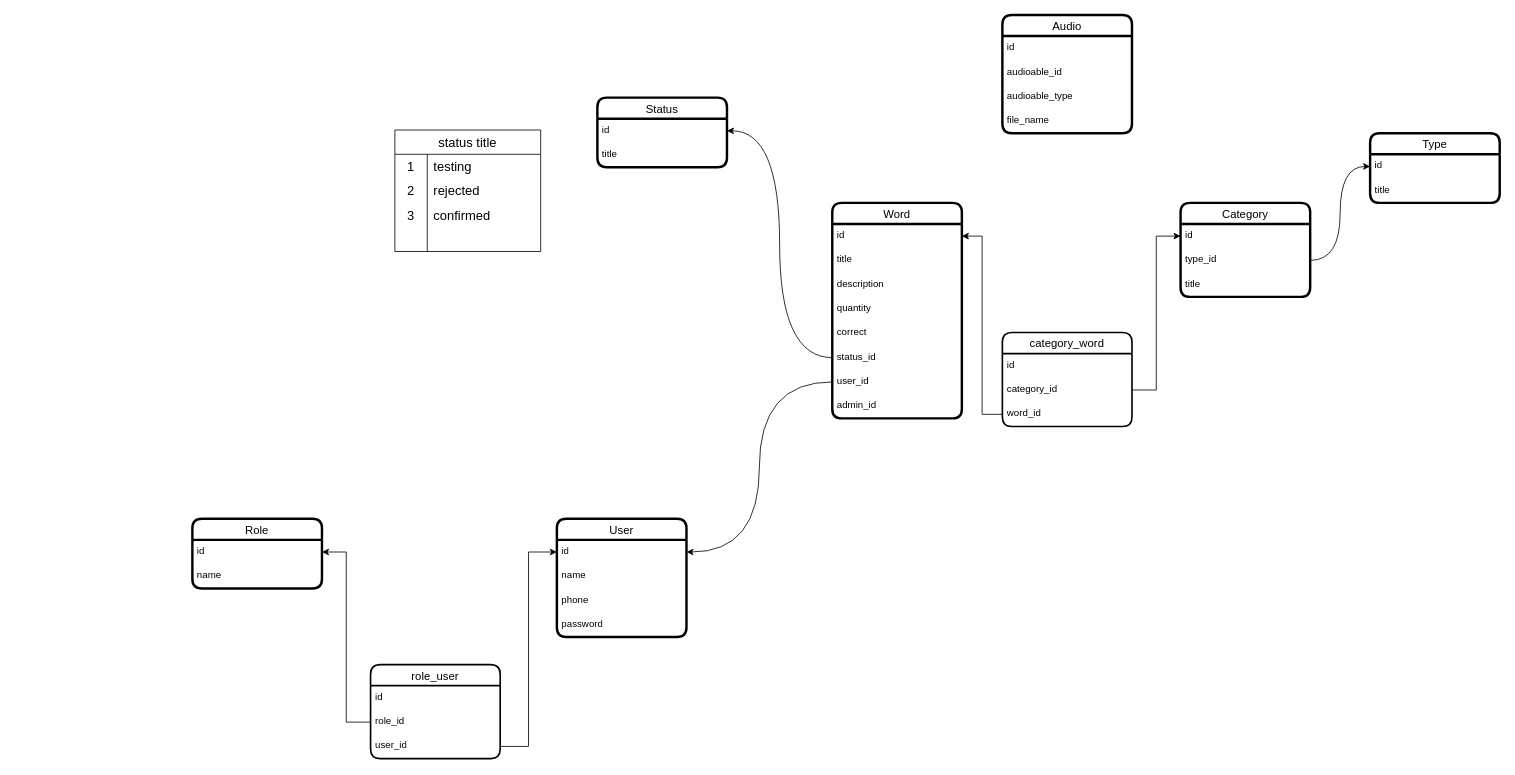
This is ts-backend.drawio from iztileuoff/databases, a draw.io file, before an edit. Source tidied: cells renumbered, new cells numbered last; positions are measured from the earlier drawing's top-left corner, leaving out a move shared by most shapes. Both pictures are drawn from the tidied source at 81%, with x=0, y=0 at pixel (192, 15).
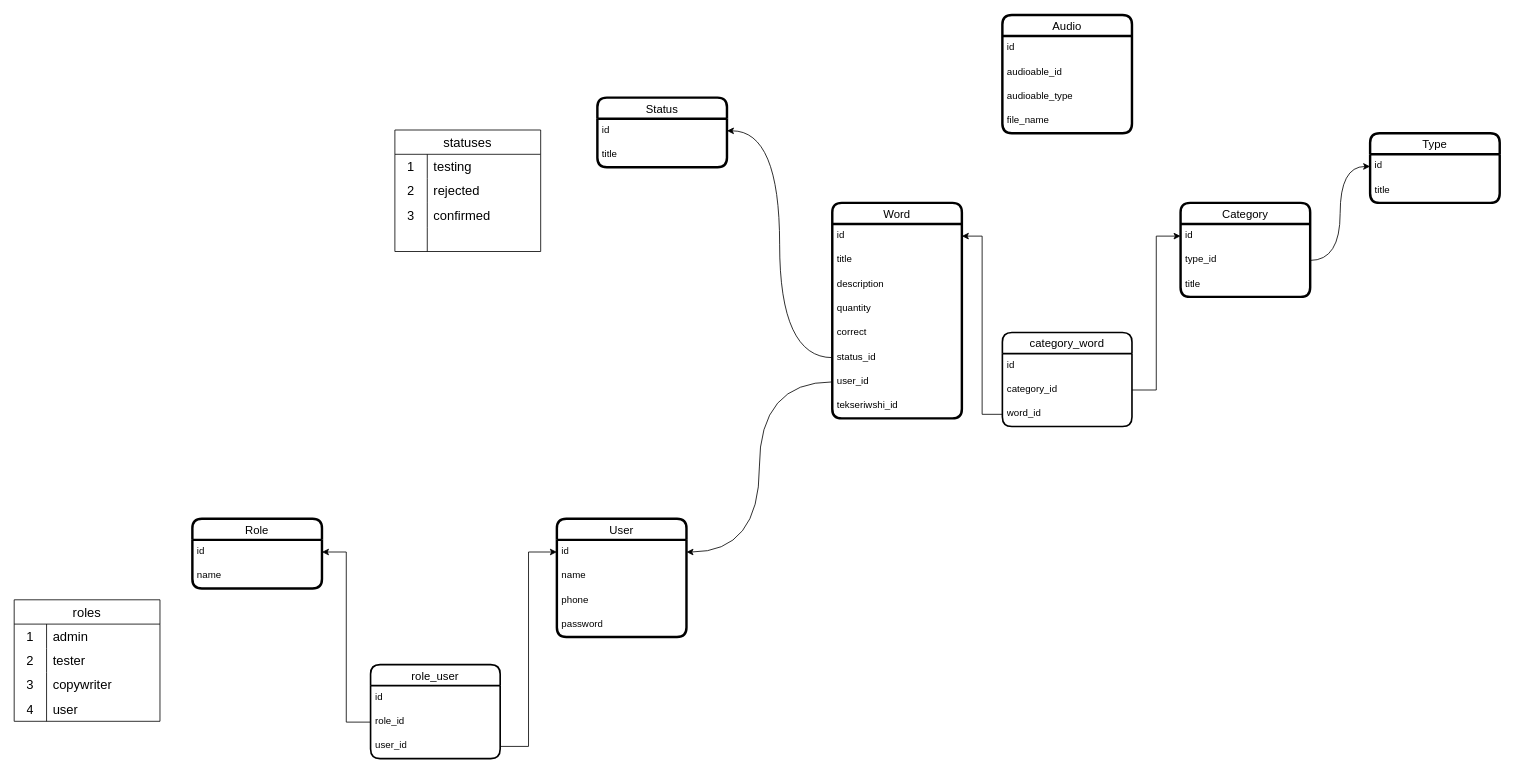
The same page after the edit.

The change refers to these unchanged cells:
```xml
<mxCell id="15" value="Word" style="swimlane;fontStyle=0;horizontal=1;startSize=26;align=center;fontSize=14;rounded=1;strokeWidth=3;" parent="1" vertex="1">
  <mxGeometry x="790" y="232" width="160" height="266" as="geometry" />
</mxCell>
```

Change to the diagram source:
```diff
@@
-    <mxCell id="23" value="admin_id" style="text;strokeColor=none;fillColor=none;spacingLeft=4;spacingRight=4;overflow=hidden;fontSize=12;whiteSpace=wrap;html=1;" parent="15" vertex="1">
+    <mxCell id="23" value="tekseriwshi_id" style="text;strokeColor=none;fillColor=none;spacingLeft=4;spacingRight=4;overflow=hidden;fontSize=12;whiteSpace=wrap;html=1;" parent="15" vertex="1">
       <mxGeometry y="236" width="160" height="30" as="geometry" />
     </mxCell>
@@
-    <mxCell id="39" value="status title" style="shape=table;startSize=30;childLayout=tableLayout;rowLines=0;fontStyle=0;strokeColor=default;fontSize=16;" parent="1" vertex="1">
+    <mxCell id="39" value="statuses" style="shape=table;startSize=30;childLayout=tableLayout;rowLines=0;fontStyle=0;strokeColor=default;fontSize=16;" parent="1" vertex="1">
       <mxGeometry x="250" y="142" width="180" height="150" as="geometry" />
     </mxCell>
@@
+    <mxCell id="62" value="roles" style="shape=table;startSize=30;childLayout=tableLayout;rowLines=0;fontStyle=0;strokeColor=default;fontSize=16;" parent="1" vertex="1">
+      <mxGeometry x="-220" y="722" width="180" height="150" as="geometry" />
+    </mxCell>
+    <mxCell id="63" style="shape=tableRow;horizontal=0;startSize=0;swimlaneHead=0;swimlaneBody=0;top=0;left=0;bottom=0;right=0;fillColor=none;strokeColor=inherit;fontSize=16;" parent="62" vertex="1">
+      <mxGeometry y="30" width="180" height="30" as="geometry" />
+    </mxCell>
+    <mxCell id="64" value="1" style="shape=partialRectangle;html=1;whiteSpace=wrap;fillColor=none;top=0;left=0;bottom=0;right=0;overflow=hidden;strokeColor=inherit;fontSize=16;" parent="63" vertex="1">
+      <mxGeometry width="40" height="30" as="geometry" />
+    </mxCell>
+    <mxCell id="65" value="admin" style="shape=partialRectangle;html=1;whiteSpace=wrap;fillColor=none;top=0;left=0;bottom=0;right=0;align=left;spacingLeft=6;overflow=hidden;strokeColor=inherit;fontSize=16;" parent="63" vertex="1">
+      <mxGeometry x="40" width="140" height="30" as="geometry" />
+    </mxCell>
+    <mxCell id="66" style="shape=tableRow;horizontal=0;startSize=0;swimlaneHead=0;swimlaneBody=0;top=0;left=0;bottom=0;right=0;fillColor=none;strokeColor=inherit;fontSize=16;" parent="62" vertex="1">
+      <mxGeometry y="60" width="180" height="30" as="geometry" />
+    </mxCell>
+    <mxCell id="67" value="2" style="shape=partialRectangle;html=1;whiteSpace=wrap;fillColor=none;top=0;left=0;bottom=0;right=0;overflow=hidden;strokeColor=inherit;fontSize=16;" parent="66" vertex="1">
+      <mxGeometry width="40" height="30" as="geometry" />
+    </mxCell>
+    <mxCell id="68" value="tester" style="shape=partialRectangle;html=1;whiteSpace=wrap;fillColor=none;top=0;left=0;bottom=0;right=0;align=left;spacingLeft=6;overflow=hidden;strokeColor=inherit;fontSize=16;" parent="66" vertex="1">
+      <mxGeometry x="40" width="140" height="30" as="geometry" />
+    </mxCell>
+    <mxCell id="69" style="shape=tableRow;horizontal=0;startSize=0;swimlaneHead=0;swimlaneBody=0;top=0;left=0;bottom=0;right=0;fillColor=none;strokeColor=inherit;fontSize=16;" parent="62" vertex="1">
+      <mxGeometry y="90" width="180" height="30" as="geometry" />
+    </mxCell>
+    <mxCell id="70" value="3" style="shape=partialRectangle;html=1;whiteSpace=wrap;fillColor=none;top=0;left=0;bottom=0;right=0;overflow=hidden;strokeColor=inherit;fontSize=16;" parent="69" vertex="1">
+      <mxGeometry width="40" height="30" as="geometry" />
+    </mxCell>
+    <mxCell id="71" value="copywriter" style="shape=partialRectangle;html=1;whiteSpace=wrap;fillColor=none;top=0;left=0;bottom=0;right=0;align=left;spacingLeft=6;overflow=hidden;strokeColor=inherit;fontSize=16;" parent="69" vertex="1">
+      <mxGeometry x="40" width="140" height="30" as="geometry" />
+    </mxCell>
+    <mxCell id="72" style="shape=tableRow;horizontal=0;startSize=0;swimlaneHead=0;swimlaneBody=0;top=0;left=0;bottom=0;right=0;fillColor=none;strokeColor=inherit;fontSize=16;" parent="62" vertex="1">
+      <mxGeometry y="120" width="180" height="30" as="geometry" />
+    </mxCell>
+    <mxCell id="73" value="4" style="shape=partialRectangle;html=1;whiteSpace=wrap;fillColor=none;top=0;left=0;bottom=0;right=0;overflow=hidden;strokeColor=inherit;fontSize=16;" parent="72" vertex="1">
+      <mxGeometry width="40" height="30" as="geometry" />
+    </mxCell>
+    <mxCell id="74" value="user" style="shape=partialRectangle;html=1;whiteSpace=wrap;fillColor=none;top=0;left=0;bottom=0;right=0;align=left;spacingLeft=6;overflow=hidden;strokeColor=inherit;fontSize=16;" parent="72" vertex="1">
+      <mxGeometry x="40" width="140" height="30" as="geometry" />
+    </mxCell>
```
